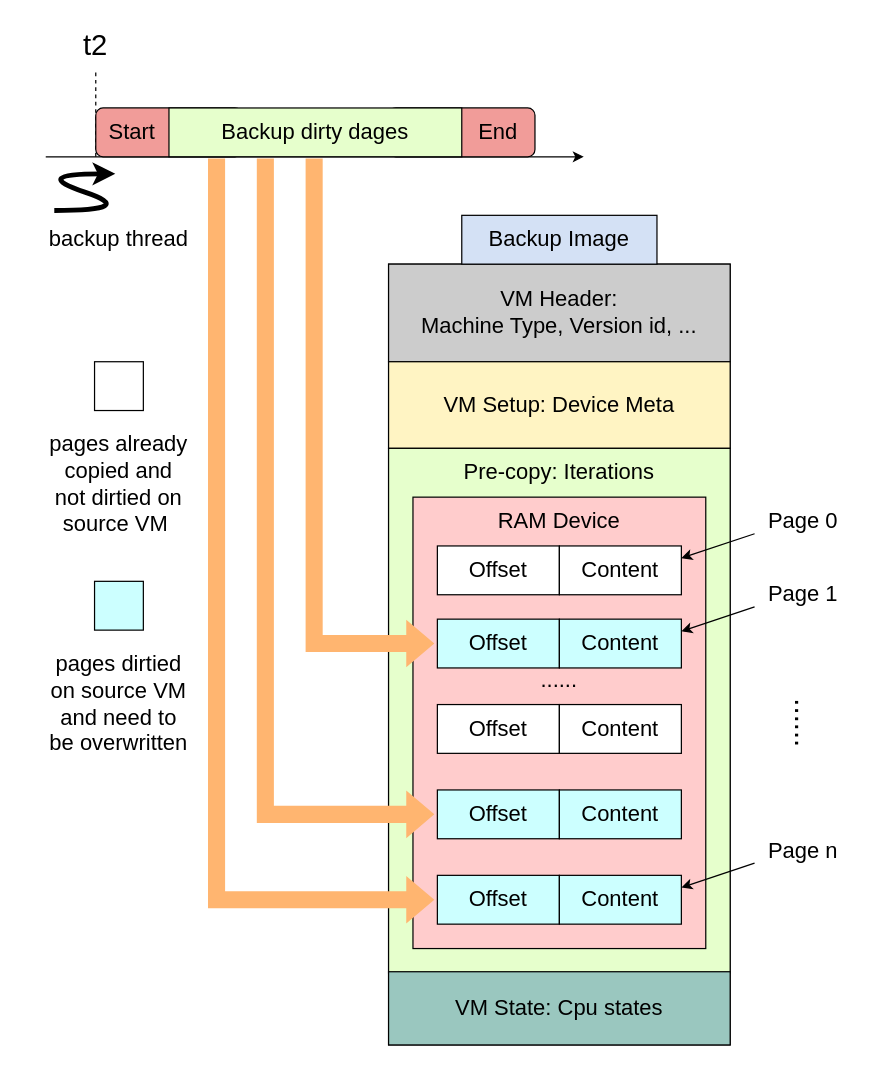
The draw.io diagram qemu-migration/final/backup img + replay 2.drawio in xuyizhe1999/drawio, before the edit. Source tidied: cells renumbered, new cells numbered last; positions are measured from the earlier drawing's top-left corner, leaving out a move shared by most shapes. Both pictures are drawn from the tidied source at 122%, with x=0, y=0 at pixel (21, 21).
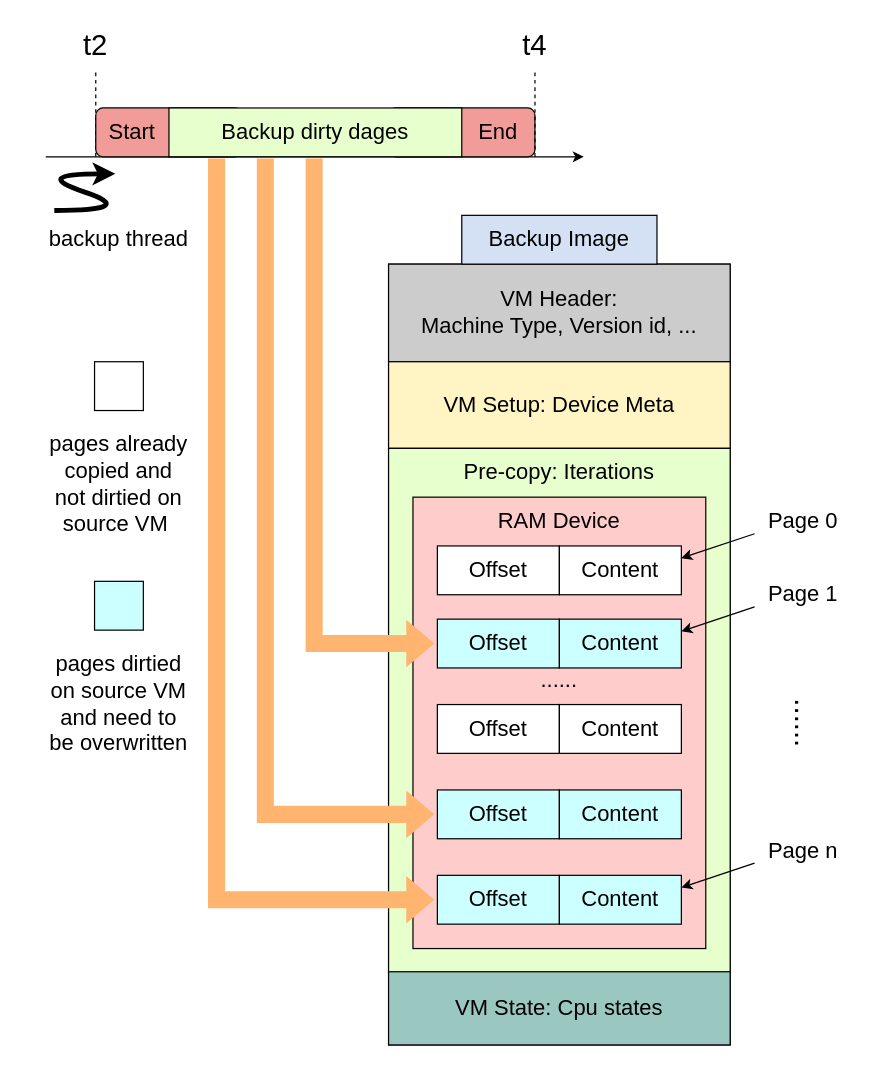
After the change.

What changed in the source:
```diff
@@
+    <mxCell id="46" style="endArrow=none;html=1;rounded=0;dashed=1;" parent="1" edge="1">
+      <mxGeometry relative="1" as="geometry">
+        <mxPoint x="421" y="111" as="sourcePoint" />
+        <mxPoint x="421" y="40" as="targetPoint" />
+      </mxGeometry>
+    </mxCell>
+    <mxCell id="47" value="&lt;span style=&quot;font-size: 24px;&quot;&gt;t4&lt;/span&gt;" style="text;html=1;strokeColor=none;fillColor=none;align=center;verticalAlign=middle;whiteSpace=wrap;rounded=0;" parent="1" vertex="1">
+      <mxGeometry x="401" width="40" height="40" as="geometry" />
+    </mxCell>
```
